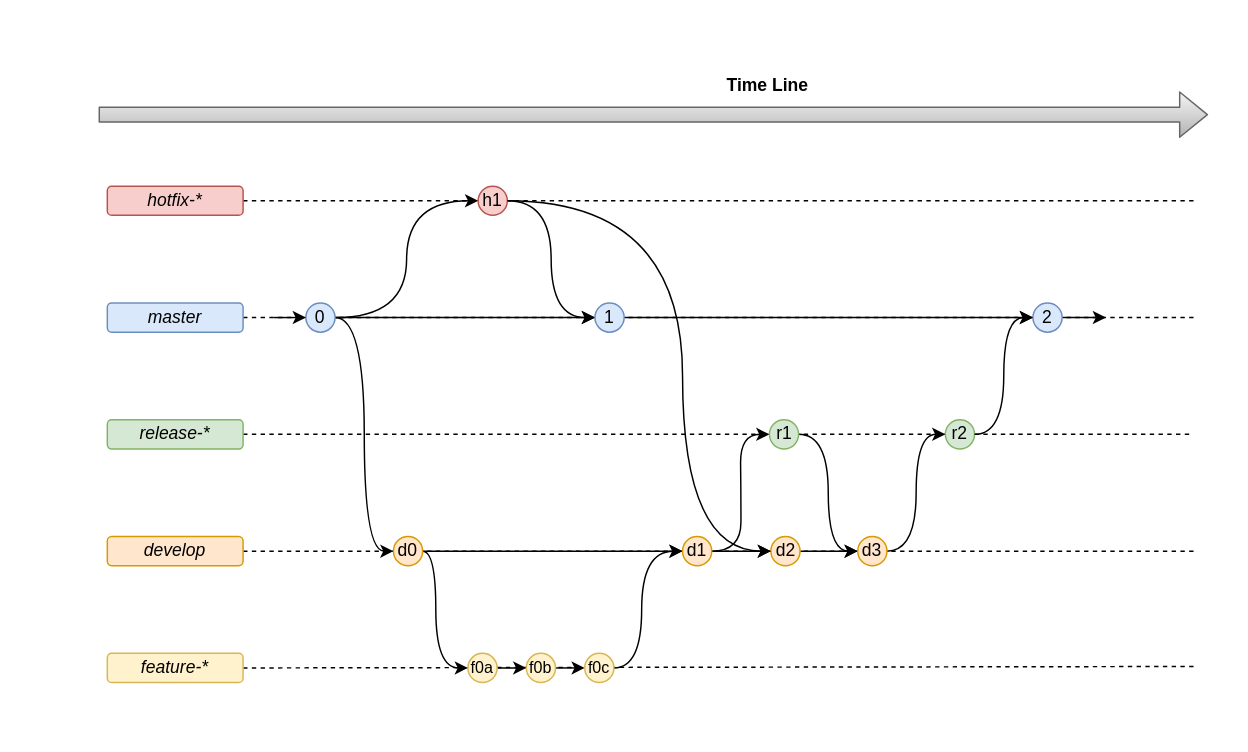
josemarsilva/eval-git keeps this draw.io diagram as doc/BranchStrategyWorkflow-Context.drawio. Above is the earlier version. Source tidied: cells renumbered, new cells numbered last; positions are measured from the earlier drawing's top-left corner, leaving out a move shared by most shapes. Both pictures are drawn from the tidied source at 146%, with x=0, y=0 at pixel (98, 70).
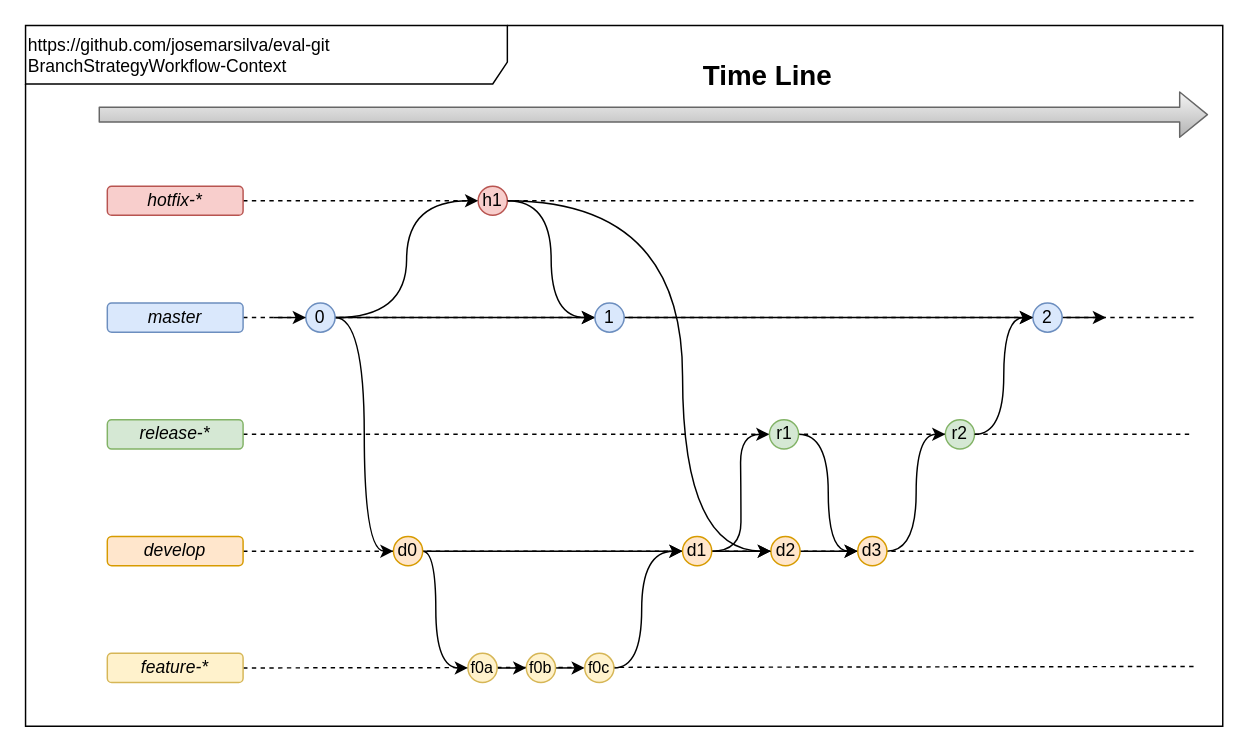
Above is the later version.

What changed in the source:
```diff
@@
+    <mxCell id="47" value="https://github.com/josemarsilva/eval-git&lt;br&gt;BranchStrategyWorkflow-Context" style="shape=umlFrame;whiteSpace=wrap;html=1;align=left;width=330;height=40;verticalAlign=top;" parent="1" vertex="1">
+      <mxGeometry x="-50" y="-31" width="820" height="480" as="geometry" />
+    </mxCell>
@@
-    <mxCell id="9" value="Time Line" style="text;html=1;align=center;verticalAlign=middle;fillColor=none;strokeColor=none;rounded=0;fontStyle=1;" parent="1" vertex="1">
-      <mxGeometry x="422.5" width="70" height="20" as="geometry" />
+    <mxCell id="9" value="Time Line" style="text;html=1;align=center;verticalAlign=middle;fillColor=none;strokeColor=none;rounded=0;fontStyle=1;fontSize=19;" parent="1" vertex="1">
+      <mxGeometry x="407.5" y="-11" width="100" height="30" as="geometry" />
     </mxCell>
```
